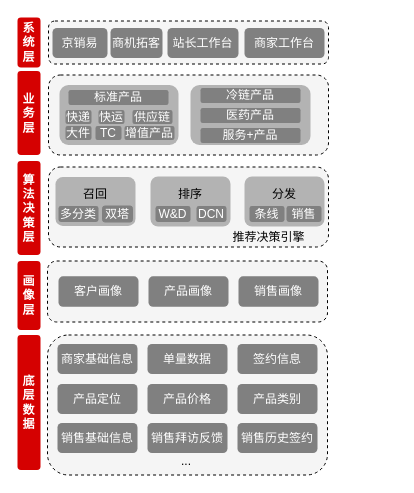
Above: 产品推荐.drawio in JintaiYang/drawio (draw.io), before the change. Source tidied: cells renumbered, new cells numbered last; positions are measured from the earlier drawing's top-left corner, leaving out a move shared by most shapes. Both pictures are drawn from the tidied source at 100%, with x=0, y=0 at pixel (17, 17).
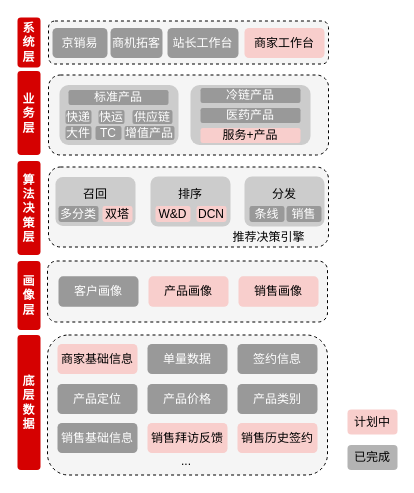
After the change.

Commit message:
更新产品推荐.drawio

Diff of the diagram source:
```diff
@@
-    <mxCell id="3" value="商家基础信息" style="rounded=1;whiteSpace=wrap;html=1;fillColor=#808080;fontColor=#FFFFFF;strokeColor=none;" parent="1" vertex="1">
+    <mxCell id="3" value="商家基础信息" style="rounded=1;whiteSpace=wrap;html=1;fillColor=#f8cecc;strokeColor=none;" parent="1" vertex="1">
       <mxGeometry x="40" y="326.5" width="80" height="30" as="geometry" />
     </mxCell>
-    <mxCell id="4" value="单量数据" style="rounded=1;whiteSpace=wrap;html=1;fillColor=#808080;strokeColor=none;fontColor=#FFFFFF;" parent="1" vertex="1">
+    <mxCell id="4" value="单量数据" style="rounded=1;whiteSpace=wrap;html=1;fillColor=#999999;strokeColor=none;fontColor=#FFFFFF;" parent="1" vertex="1">
       <mxGeometry x="130" y="326.5" width="80" height="30" as="geometry" />
     </mxCell>
-    <mxCell id="5" value="签约信息" style="rounded=1;whiteSpace=wrap;html=1;strokeColor=none;fillColor=#808080;fontColor=#FFFFFF;" parent="1" vertex="1">
+    <mxCell id="5" value="签约信息" style="rounded=1;whiteSpace=wrap;html=1;strokeColor=none;fillColor=#999999;fontColor=#FFFFFF;" parent="1" vertex="1">
       <mxGeometry x="220" y="326.5" width="80" height="30" as="geometry" />
     </mxCell>
-    <mxCell id="6" value="产品定位" style="rounded=1;whiteSpace=wrap;html=1;fillColor=#808080;strokeColor=none;fontColor=#FFFFFF;" parent="1" vertex="1">
+    <mxCell id="6" value="产品定位" style="rounded=1;whiteSpace=wrap;html=1;fillColor=#999999;strokeColor=none;fontColor=#FFFFFF;" parent="1" vertex="1">
       <mxGeometry x="40" y="366.5" width="80" height="30" as="geometry" />
     </mxCell>
-    <mxCell id="7" value="产品价格" style="rounded=1;whiteSpace=wrap;html=1;fillColor=#808080;strokeColor=none;fontColor=#FFFFFF;" parent="1" vertex="1">
+    <mxCell id="7" value="产品价格" style="rounded=1;whiteSpace=wrap;html=1;fillColor=#999999;strokeColor=none;fontColor=#FFFFFF;" parent="1" vertex="1">
       <mxGeometry x="130" y="366.5" width="80" height="30" as="geometry" />
     </mxCell>
-    <mxCell id="8" value="产品类别" style="rounded=1;whiteSpace=wrap;html=1;strokeColor=none;fillColor=#808080;fontColor=#FFFFFF;" parent="1" vertex="1">
+    <mxCell id="8" value="产品类别" style="rounded=1;whiteSpace=wrap;html=1;strokeColor=none;fillColor=#999999;fontColor=#FFFFFF;" parent="1" vertex="1">
       <mxGeometry x="220" y="366.5" width="80" height="30" as="geometry" />
     </mxCell>
-    <mxCell id="9" value="销售基础信息" style="rounded=1;whiteSpace=wrap;html=1;fillColor=#808080;strokeColor=none;fontColor=#FFFFFF;" parent="1" vertex="1">
+    <mxCell id="9" value="销售基础信息" style="rounded=1;whiteSpace=wrap;html=1;fillColor=#999999;strokeColor=none;fontColor=#FFFFFF;" parent="1" vertex="1">
       <mxGeometry x="40" y="405.5" width="80" height="30" as="geometry" />
     </mxCell>
-    <mxCell id="10" value="销售拜访反馈" style="rounded=1;whiteSpace=wrap;html=1;fillColor=#808080;strokeColor=none;fontColor=#FFFFFF;" parent="1" vertex="1">
+    <mxCell id="10" value="销售拜访反馈" style="rounded=1;whiteSpace=wrap;html=1;fillColor=#f8cecc;strokeColor=none;" parent="1" vertex="1">
       <mxGeometry x="130" y="405.5" width="80" height="30" as="geometry" />
     </mxCell>
-    <mxCell id="11" value="销售历史签约" style="rounded=1;whiteSpace=wrap;html=1;fillColor=#808080;strokeColor=none;fontColor=#FFFFFF;" parent="1" vertex="1">
+    <mxCell id="11" value="销售历史签约" style="rounded=1;whiteSpace=wrap;html=1;fillColor=#f8cecc;strokeColor=none;" parent="1" vertex="1">
       <mxGeometry x="220" y="405.5" width="80" height="30" as="geometry" />
     </mxCell>
@@
-    <mxCell id="14" value="客户画像" style="rounded=1;whiteSpace=wrap;html=1;fillColor=#808080;strokeColor=none;fontColor=#FFFFFF;" parent="1" vertex="1">
+    <mxCell id="14" value="客户画像" style="rounded=1;whiteSpace=wrap;html=1;fillColor=#999999;strokeColor=none;fontColor=#FFFFFF;" parent="1" vertex="1">
       <mxGeometry x="41" y="258.8" width="80" height="30.5" as="geometry" />
     </mxCell>
-    <mxCell id="15" value="销售画像" style="rounded=1;whiteSpace=wrap;html=1;fillColor=#808080;strokeColor=none;fontColor=#FFFFFF;" parent="1" vertex="1">
+    <mxCell id="15" value="销售画像" style="rounded=1;whiteSpace=wrap;html=1;fillColor=#f8cecc;strokeColor=none;" parent="1" vertex="1">
       <mxGeometry x="221" y="258.8" width="80" height="30.5" as="geometry" />
     </mxCell>
-    <mxCell id="16" value="产品画像" style="rounded=1;whiteSpace=wrap;html=1;fillColor=#808080;strokeColor=none;fontColor=#FFFFFF;" parent="1" vertex="1">
+    <mxCell id="16" value="产品画像" style="rounded=1;whiteSpace=wrap;html=1;fillColor=#f8cecc;strokeColor=none;" parent="1" vertex="1">
       <mxGeometry x="131" y="258.8" width="80" height="30.5" as="geometry" />
     </mxCell>
@@
-    <mxCell id="23" value="召回&lt;br&gt;&lt;br&gt;" style="rounded=1;whiteSpace=wrap;html=1;fillColor=#B3B3B3;strokeColor=none;" parent="1" vertex="1">
+    <mxCell id="23" value="召回&lt;br&gt;&lt;br&gt;" style="rounded=1;whiteSpace=wrap;html=1;fillColor=#CCCCCC;strokeColor=none;" parent="1" vertex="1">
       <mxGeometry x="38" y="159.5" width="80" height="49" as="geometry" />
     </mxCell>
-    <mxCell id="24" value="排序&lt;br&gt;&lt;br&gt;" style="rounded=1;whiteSpace=wrap;html=1;fillColor=#B3B3B3;strokeColor=none;" parent="1" vertex="1">
+    <mxCell id="24" value="排序&lt;br&gt;&lt;br&gt;" style="rounded=1;whiteSpace=wrap;html=1;fillColor=#CCCCCC;strokeColor=none;" parent="1" vertex="1">
       <mxGeometry x="133" y="159" width="80" height="50" as="geometry" />
     </mxCell>
@@
-    <mxCell id="26" value="分发&lt;br&gt;&lt;br&gt;" style="rounded=1;whiteSpace=wrap;html=1;fillColor=#B3B3B3;strokeColor=none;" parent="1" vertex="1">
+    <mxCell id="26" value="分发&lt;br&gt;&lt;br&gt;" style="rounded=1;whiteSpace=wrap;html=1;fillColor=#CCCCCC;strokeColor=none;" parent="1" vertex="1">
       <mxGeometry x="227" y="159" width="80" height="50" as="geometry" />
     </mxCell>
-    <mxCell id="27" value="双塔" style="rounded=1;whiteSpace=wrap;html=1;strokeColor=#808080;fillColor=#808080;fontColor=#FFFFFF;" parent="1" vertex="1">
+    <mxCell id="27" value="双塔" style="rounded=1;whiteSpace=wrap;html=1;strokeColor=none;fillColor=#f8cecc;" parent="1" vertex="1">
       <mxGeometry x="85" y="188.5" width="30" height="16" as="geometry" />
     </mxCell>
-    <mxCell id="28" value="多分类" style="rounded=1;whiteSpace=wrap;html=1;fillColor=#808080;strokeColor=none;fontColor=#FFFFFF;" parent="1" vertex="1">
+    <mxCell id="28" value="多分类" style="rounded=1;whiteSpace=wrap;html=1;fillColor=#999999;strokeColor=none;fontColor=#FFFFFF;" parent="1" vertex="1">
       <mxGeometry x="41" y="188.5" width="40" height="16" as="geometry" />
     </mxCell>
-    <mxCell id="29" value="W&amp;amp;D" style="rounded=1;whiteSpace=wrap;html=1;fillColor=#808080;strokeColor=none;fontColor=#FFFFFF;" parent="1" vertex="1">
+    <mxCell id="29" value="W&amp;amp;D" style="rounded=1;whiteSpace=wrap;html=1;fillColor=#f8cecc;strokeColor=none;" parent="1" vertex="1">
       <mxGeometry x="138" y="188.5" width="35" height="16" as="geometry" />
     </mxCell>
-    <mxCell id="30" value="DCN" style="rounded=1;whiteSpace=wrap;html=1;fillColor=#808080;strokeColor=none;fontColor=#FFFFFF;" parent="1" vertex="1">
+    <mxCell id="30" value="DCN" style="rounded=1;whiteSpace=wrap;html=1;fillColor=#f8cecc;strokeColor=none;" parent="1" vertex="1">
       <mxGeometry x="179" y="188.5" width="30" height="16" as="geometry" />
     </mxCell>
-    <mxCell id="31" value="条线" style="rounded=1;whiteSpace=wrap;html=1;strokeColor=none;fillColor=#808080;fontColor=#FFFFFF;" parent="1" vertex="1">
+    <mxCell id="31" value="条线" style="rounded=1;whiteSpace=wrap;html=1;strokeColor=none;fillColor=#999999;fontColor=#FFFFFF;" parent="1" vertex="1">
       <mxGeometry x="232" y="188.5" width="35" height="16" as="geometry" />
     </mxCell>
-    <mxCell id="32" value="销售" style="rounded=1;whiteSpace=wrap;html=1;strokeColor=none;fillColor=#808080;fontColor=#FFFFFF;" parent="1" vertex="1">
+    <mxCell id="32" value="销售" style="rounded=1;whiteSpace=wrap;html=1;strokeColor=none;fillColor=#999999;fontColor=#FFFFFF;" parent="1" vertex="1">
       <mxGeometry x="269" y="188.5" width="35" height="16" as="geometry" />
     </mxCell>
@@
-    <mxCell id="34" value="&amp;nbsp;&amp;nbsp;" style="rounded=1;whiteSpace=wrap;html=1;fillColor=#B3B3B3;fontColor=#333333;strokeColor=none;" parent="1" vertex="1">
+    <mxCell id="34" value="&amp;nbsp;&amp;nbsp;" style="rounded=1;whiteSpace=wrap;html=1;fillColor=#CCCCCC;fontColor=#333333;strokeColor=none;" parent="1" vertex="1">
       <mxGeometry x="42" y="67.5" width="119" height="60" as="geometry" />
     </mxCell>
-    <mxCell id="35" style="rounded=1;whiteSpace=wrap;html=1;fillColor=#B3B3B3;fontColor=#333333;strokeColor=none;" parent="1" vertex="1">
+    <mxCell id="35" style="rounded=1;whiteSpace=wrap;html=1;fillColor=#CCCCCC;fontColor=#333333;strokeColor=none;" parent="1" vertex="1">
       <mxGeometry x="173" y="67.5" width="120" height="60" as="geometry" />
     </mxCell>
-    <mxCell id="36" value="标准产品" style="rounded=1;whiteSpace=wrap;html=1;fillColor=#808080;fontColor=#FFFFFF;strokeColor=none;" parent="1" vertex="1">
+    <mxCell id="36" value="标准产品" style="rounded=1;whiteSpace=wrap;html=1;fillColor=#999999;fontColor=#FFFFFF;strokeColor=none;" parent="1" vertex="1">
       <mxGeometry x="51" y="72.5" width="100" height="15" as="geometry" />
     </mxCell>
-    <mxCell id="37" value="供应链" style="rounded=1;whiteSpace=wrap;html=1;fillColor=#808080;fontColor=#FFFFFF;strokeColor=none;" parent="1" vertex="1">
+    <mxCell id="37" value="供应链" style="rounded=1;whiteSpace=wrap;html=1;fillColor=#999999;fontColor=#FFFFFF;strokeColor=none;" parent="1" vertex="1">
       <mxGeometry x="115" y="92.5" width="40" height="14" as="geometry" />
     </mxCell>
-    <mxCell id="38" value="快运" style="rounded=1;whiteSpace=wrap;html=1;fillColor=#808080;fontColor=#FFFFFF;strokeColor=none;" parent="1" vertex="1">
+    <mxCell id="38" value="快运" style="rounded=1;whiteSpace=wrap;html=1;fillColor=#999999;fontColor=#FFFFFF;strokeColor=none;" parent="1" vertex="1">
       <mxGeometry x="81" y="92.5" width="26" height="14" as="geometry" />
     </mxCell>
-    <mxCell id="39" value="快递" style="rounded=1;whiteSpace=wrap;html=1;fillColor=#808080;fontColor=#FFFFFF;strokeColor=none;" parent="1" vertex="1">
+    <mxCell id="39" value="快递" style="rounded=1;whiteSpace=wrap;html=1;fillColor=#999999;fontColor=#FFFFFF;strokeColor=none;" parent="1" vertex="1">
       <mxGeometry x="48" y="92.5" width="26" height="14" as="geometry" />
     </mxCell>
-    <mxCell id="40" value="TC" style="rounded=1;whiteSpace=wrap;html=1;fillColor=#808080;fontColor=#FFFFFF;strokeColor=none;" parent="1" vertex="1">
+    <mxCell id="40" value="TC" style="rounded=1;whiteSpace=wrap;html=1;fillColor=#999999;fontColor=#FFFFFF;strokeColor=none;" parent="1" vertex="1">
       <mxGeometry x="78" y="108.5" width="26" height="14" as="geometry" />
     </mxCell>
-    <mxCell id="41" value="大件" style="rounded=1;whiteSpace=wrap;html=1;fillColor=#808080;fontColor=#FFFFFF;strokeColor=none;" parent="1" vertex="1">
+    <mxCell id="41" value="大件" style="rounded=1;whiteSpace=wrap;html=1;fillColor=#999999;fontColor=#FFFFFF;strokeColor=none;" parent="1" vertex="1">
       <mxGeometry x="48" y="108.5" width="26" height="14" as="geometry" />
     </mxCell>
-    <mxCell id="42" value="增值产品" style="rounded=1;whiteSpace=wrap;html=1;fillColor=#808080;fontColor=#FFFFFF;strokeColor=none;" parent="1" vertex="1">
+    <mxCell id="42" value="增值产品" style="rounded=1;whiteSpace=wrap;html=1;fillColor=#999999;fontColor=#FFFFFF;strokeColor=none;" parent="1" vertex="1">
       <mxGeometry x="107" y="108.5" width="50" height="14" as="geometry" />
     </mxCell>
-    <mxCell id="43" value="冷链产品" style="rounded=1;whiteSpace=wrap;html=1;fillColor=#808080;fontColor=#FFFFFF;strokeColor=none;" parent="1" vertex="1">
+    <mxCell id="43" value="冷链产品" style="rounded=1;whiteSpace=wrap;html=1;fillColor=#999999;fontColor=#FFFFFF;strokeColor=none;" parent="1" vertex="1">
       <mxGeometry x="183" y="70.5" width="100" height="15" as="geometry" />
     </mxCell>
-    <mxCell id="44" value="医药产品" style="rounded=1;whiteSpace=wrap;html=1;fillColor=#808080;fontColor=#FFFFFF;strokeColor=none;" parent="1" vertex="1">
+    <mxCell id="44" value="医药产品" style="rounded=1;whiteSpace=wrap;html=1;fillColor=#999999;fontColor=#FFFFFF;strokeColor=none;" parent="1" vertex="1">
       <mxGeometry x="183" y="90.5" width="100" height="15" as="geometry" />
     </mxCell>
-    <mxCell id="45" value="服务+产品" style="rounded=1;whiteSpace=wrap;html=1;fillColor=#808080;fontColor=#FFFFFF;strokeColor=none;" parent="1" vertex="1">
+    <mxCell id="45" value="服务+产品" style="rounded=1;whiteSpace=wrap;html=1;fillColor=#f8cecc;strokeColor=none;" parent="1" vertex="1">
       <mxGeometry x="183" y="110.5" width="100" height="15" as="geometry" />
     </mxCell>
@@
-    <mxCell id="47" value="京销易" style="rounded=1;whiteSpace=wrap;html=1;fillColor=#808080;strokeColor=none;fontColor=#FFFFFF;" parent="1" vertex="1">
+    <mxCell id="47" value="京销易" style="rounded=1;whiteSpace=wrap;html=1;fillColor=#999999;strokeColor=none;fontColor=#FFFFFF;" parent="1" vertex="1">
       <mxGeometry x="35" y="10.5" width="55" height="30" as="geometry" />
     </mxCell>
-    <mxCell id="48" value="商机拓客" style="rounded=1;whiteSpace=wrap;html=1;fillColor=#808080;strokeColor=none;fontColor=#FFFFFF;" parent="1" vertex="1">
+    <mxCell id="48" value="商机拓客" style="rounded=1;whiteSpace=wrap;html=1;fillColor=#999999;strokeColor=none;fontColor=#FFFFFF;" parent="1" vertex="1">
       <mxGeometry x="93" y="10.5" width="52" height="30" as="geometry" />
     </mxCell>
-    <mxCell id="49" value="商家工作台" style="rounded=1;whiteSpace=wrap;html=1;fillColor=#808080;strokeColor=none;fontColor=#FFFFFF;" parent="1" vertex="1">
+    <mxCell id="49" value="商家工作台" style="rounded=1;whiteSpace=wrap;html=1;fillColor=#f8cecc;strokeColor=none;" parent="1" vertex="1">
       <mxGeometry x="227" y="10.5" width="80" height="30" as="geometry" />
     </mxCell>
-    <mxCell id="50" value="站长工作台" style="rounded=1;whiteSpace=wrap;html=1;fillColor=#808080;strokeColor=none;fontColor=#FFFFFF;" parent="1" vertex="1">
+    <mxCell id="50" value="站长工作台" style="rounded=1;whiteSpace=wrap;html=1;fillColor=#999999;strokeColor=none;fontColor=#FFFFFF;" parent="1" vertex="1">
       <mxGeometry x="150" y="10.5" width="71" height="30" as="geometry" />
     </mxCell>
+    <mxCell id="51" value="计划中" style="rounded=1;whiteSpace=wrap;html=1;fillColor=#f8cecc;strokeColor=none;" parent="1" vertex="1">
+      <mxGeometry x="330" y="392" width="50" height="25" as="geometry" />
+    </mxCell>
+    <mxCell id="52" value="已完成" style="rounded=1;whiteSpace=wrap;html=1;fillColor=#B3B3B3;strokeColor=none;" parent="1" vertex="1">
+      <mxGeometry x="330" y="427.5" width="50" height="25" as="geometry" />
+    </mxCell>
```
